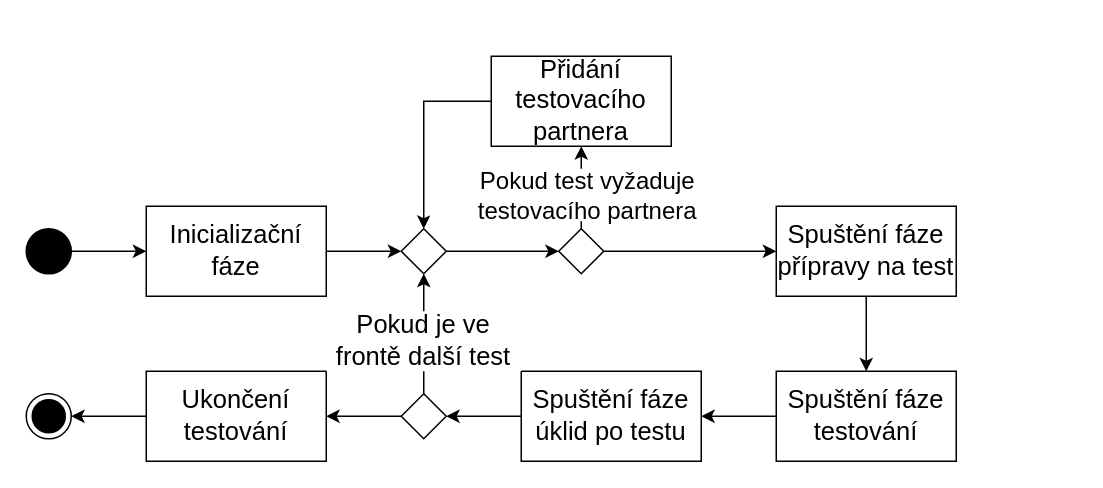
The draw.io diagram assets/img/src/servicestatediagram.drawio in wheeeper/bachelors-thesis, before the edit. Source tidied: cells renumbered, new cells numbered last; positions are measured from the earlier drawing's top-left corner, leaving out a move shared by most shapes. Both pictures are drawn from the tidied source at 150%, with x=0, y=0 at pixel (26, 56).
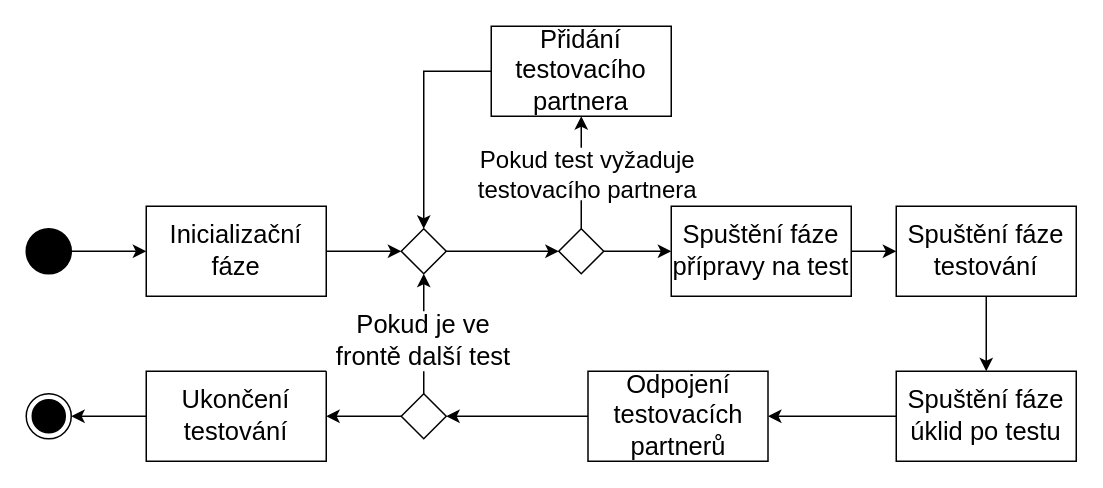
After the change.

Unchanged cells that the change refers to:
```xml
<mxCell id="15" style="rhombus;whiteSpace=wrap;html=1;strokeColor=#000000;fontSize=17;" parent="1" vertex="1">
  <mxGeometry x="250" y="225" width="30" height="30" as="geometry" />
</mxCell>
```

Diff of the diagram source:
```diff
@@
-    <mxCell id="4" style="edgeStyle=orthogonalEdgeStyle;rounded=0;jettySize=auto;html=1;entryX=0.5;entryY=0;entryDx=0;entryDy=0;fontSize=17;" parent="1" edge="1" source="5" target="7">
+    <mxCell id="4" style="edgeStyle=orthogonalEdgeStyle;rounded=0;jettySize=auto;html=1;entryX=0;entryY=0.5;entryDx=0;entryDy=0;fontSize=17;" parent="1" edge="1" source="5" target="7">
       <mxGeometry relative="1" as="geometry" />
     </mxCell>
     <mxCell id="5" value="Spuštění fáze přípravy na test" style="rounded=0;whiteSpace=wrap;html=1;fontSize=17;" parent="1" vertex="1">
-      <mxGeometry x="500" y="100" width="120" height="60" as="geometry" />
+      <mxGeometry x="430" y="100" width="120" height="60" as="geometry" />
     </mxCell>
-    <mxCell id="6" style="edgeStyle=orthogonalEdgeStyle;rounded=0;jettySize=auto;html=1;entryX=1;entryY=0.5;entryDx=0;entryDy=0;fontSize=17;" parent="1" edge="1" source="7" target="9">
+    <mxCell id="6" style="edgeStyle=orthogonalEdgeStyle;rounded=0;jettySize=auto;html=1;entryX=0.5;entryY=0;entryDx=0;entryDy=0;fontSize=17;exitX=0.5;exitY=1;exitDx=0;exitDy=0;" parent="1" edge="1" source="7" target="9">
       <mxGeometry relative="1" as="geometry" />
     </mxCell>
     <mxCell id="7" value="Spuštění fáze testování" style="rounded=0;whiteSpace=wrap;html=1;fontSize=17;" parent="1" vertex="1">
-      <mxGeometry x="500" y="210" width="120" height="60" as="geometry" />
+      <mxGeometry x="580" y="100" width="120" height="60" as="geometry" />
     </mxCell>
-    <mxCell id="8" style="edgeStyle=orthogonalEdgeStyle;rounded=0;jettySize=auto;html=1;entryX=1;entryY=0.5;entryDx=0;entryDy=0;fontSize=17;" parent="1" edge="1" source="9" target="15">
+    <mxCell id="8" style="edgeStyle=orthogonalEdgeStyle;rounded=0;jettySize=auto;html=1;fontSize=17;entryX=1;entryY=0.5;entryDx=0;entryDy=0;" parent="1" edge="1" source="9" target="28">
       <mxGeometry relative="1" as="geometry" />
     </mxCell>
     <mxCell id="9" value="Spuštění fáze úklid po testu" style="rounded=0;whiteSpace=wrap;html=1;fontSize=17;" parent="1" vertex="1">
-      <mxGeometry x="330" y="210" width="120" height="60" as="geometry" />
+      <mxGeometry x="580" y="210" width="120" height="60" as="geometry" />
     </mxCell>
@@
     <mxCell id="19" value="Přidání testovacího partnera" style="rounded=0;whiteSpace=wrap;html=1;fontSize=17;" parent="1" vertex="1">
-      <mxGeometry x="310" width="120" height="60" as="geometry" />
+      <mxGeometry x="310" y="-20" width="120" height="60" as="geometry" />
     </mxCell>
@@
     <mxCell id="26" value="Pokud test vyžaduje testovacího partnera" style="text;html=1;strokeColor=none;align=center;verticalAlign=middle;whiteSpace=wrap;rounded=0;fillColor=#ffffff;fontSize=16;" parent="1" vertex="1">
-      <mxGeometry x="269" y="75" width="211" height="35" as="geometry" />
+      <mxGeometry x="269" y="61" width="211" height="35" as="geometry" />
     </mxCell>
+    <mxCell id="27" style="edgeStyle=orthogonalEdgeStyle;rounded=0;jettySize=auto;html=1;entryX=1;entryY=0.5;entryDx=0;entryDy=0;" parent="1" edge="1" source="28" target="15">
+      <mxGeometry relative="1" as="geometry" />
+    </mxCell>
+    <mxCell id="28" value="Odpojení testovacích partnerů" style="rounded=0;whiteSpace=wrap;html=1;fontSize=17;" parent="1" vertex="1">
+      <mxGeometry x="374.5" y="210" width="120" height="60" as="geometry" />
+    </mxCell>
```
